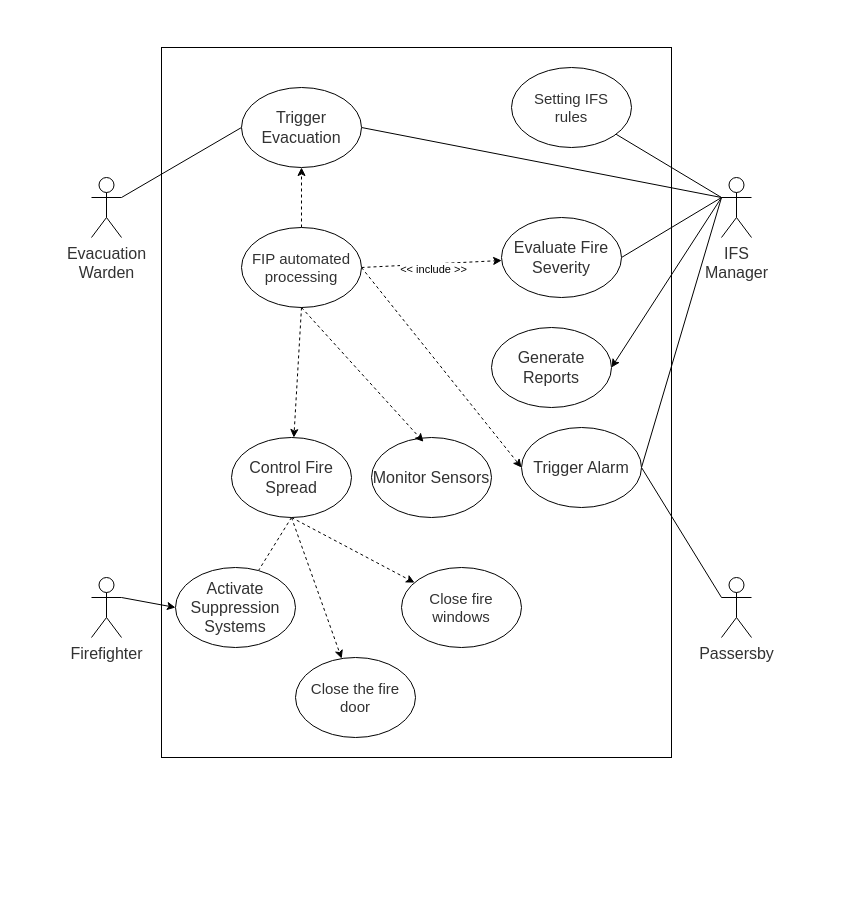
Before: FIP.drawio in demosRun/INFO6030, a draw.io diagram. Source tidied: cells renumbered, new cells numbered last; positions are measured from the earlier drawing's top-left corner, leaving out a move shared by most shapes. Both pictures are drawn from the tidied source at 100%, with x=0, y=0 at pixel (91, 47).
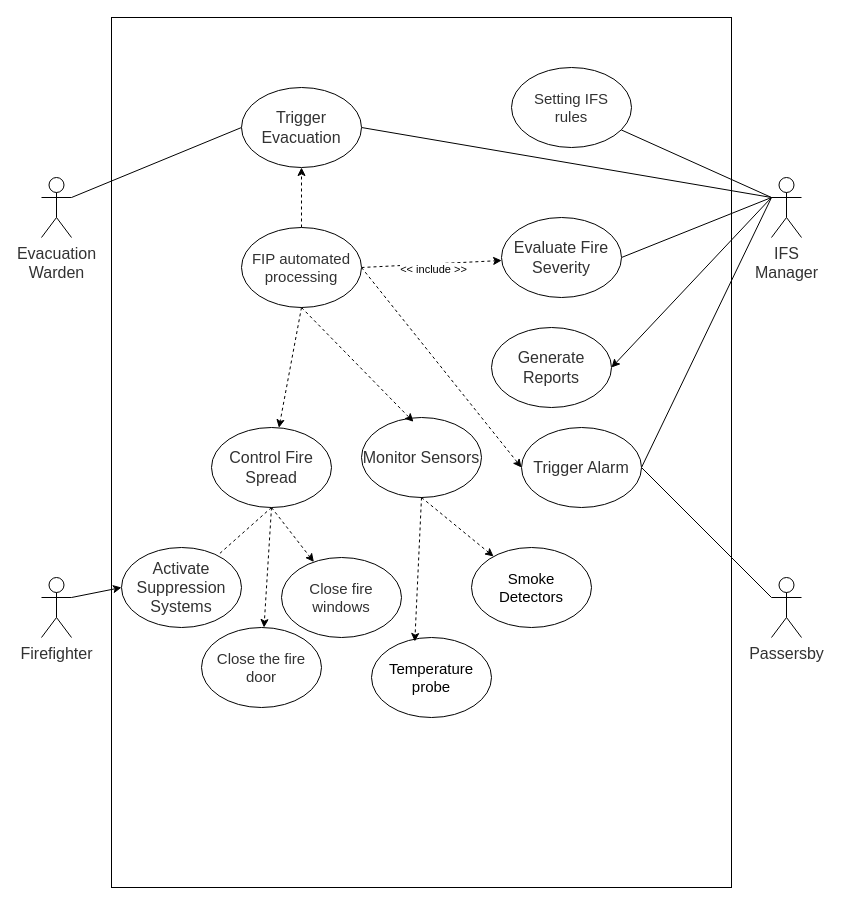
The same page after the edit.

The edit, as a diff of the source:
```diff
@@
     <mxCell id="2" style="rounded=0;whiteSpace=wrap;html=1;" parent="1" vertex="1">
-      <mxGeometry x="70" width="510" height="710" as="geometry" />
+      <mxGeometry x="20" y="-30" width="620" height="870" as="geometry" />
     </mxCell>
@@
     <mxCell id="4" value="&lt;span style=&quot;color: rgb(50, 50, 50); font-family: &amp;quot;Microsoft YaHei&amp;quot;, 微软雅黑, Arial; font-size: 16px; text-wrap: wrap; background-color: rgba(255, 255, 255, 0.01);&quot;&gt;Evacuation&lt;/span&gt;&lt;div&gt;&lt;span style=&quot;color: rgb(50, 50, 50); font-family: &amp;quot;Microsoft YaHei&amp;quot;, 微软雅黑, Arial; font-size: 16px; text-wrap: wrap; background-color: rgba(255, 255, 255, 0.01);&quot;&gt;Warden&lt;/span&gt;&lt;/div&gt;" style="shape=umlActor;verticalLabelPosition=bottom;verticalAlign=top;html=1;outlineConnect=0;" parent="1" vertex="1">
-      <mxGeometry y="130" width="30" height="60" as="geometry" />
+      <mxGeometry x="-50" y="130" width="30" height="60" as="geometry" />
     </mxCell>
@@
     <mxCell id="6" value="&lt;span style=&quot;color: rgb(50, 50, 50); font-family: &amp;quot;Microsoft YaHei&amp;quot;, 微软雅黑, Arial; font-size: 16px; text-wrap: wrap; background-color: rgba(255, 255, 255, 0.01);&quot;&gt;Firefighter&lt;/span&gt;" style="shape=umlActor;verticalLabelPosition=bottom;verticalAlign=top;html=1;outlineConnect=0;" parent="1" vertex="1">
-      <mxGeometry y="530" width="30" height="60" as="geometry" />
+      <mxGeometry x="-50" y="530" width="30" height="60" as="geometry" />
     </mxCell>
@@
     <mxCell id="12" value="&lt;span style=&quot;color: rgb(50, 50, 50); font-family: &amp;quot;Microsoft YaHei&amp;quot;, 微软雅黑, Arial; font-size: 16px; text-wrap: wrap; background-color: rgba(255, 255, 255, 0.01);&quot;&gt;IFS Manager&lt;/span&gt;" style="shape=umlActor;verticalLabelPosition=bottom;verticalAlign=top;html=1;outlineConnect=0;" parent="1" vertex="1">
-      <mxGeometry x="630" y="130" width="30" height="60" as="geometry" />
+      <mxGeometry x="680" y="130" width="30" height="60" as="geometry" />
     </mxCell>
@@
     <mxCell id="14" value="&lt;span style=&quot;color: rgb(50, 50, 50); font-family: &amp;quot;Microsoft YaHei&amp;quot;, 微软雅黑, Arial; font-size: 16px; text-wrap: wrap; background-color: rgba(255, 255, 255, 0.01);&quot;&gt;Passersby&lt;/span&gt;" style="shape=umlActor;verticalLabelPosition=bottom;verticalAlign=top;html=1;outlineConnect=0;" parent="1" vertex="1">
-      <mxGeometry x="630" y="530" width="30" height="60" as="geometry" />
+      <mxGeometry x="680" y="530" width="30" height="60" as="geometry" />
     </mxCell>
@@
     <mxCell id="27" value="&lt;span style=&quot;color: rgb(50, 50, 50); font-family: &amp;quot;Microsoft YaHei&amp;quot;, 微软雅黑, Arial; font-size: 16px; background-color: rgba(255, 255, 255, 0.01);&quot;&gt;Control Fire Spread&lt;/span&gt;" style="ellipse;whiteSpace=wrap;html=1;" parent="1" vertex="1">
-      <mxGeometry x="140" y="390" width="120" height="80" as="geometry" />
+      <mxGeometry x="120" y="380" width="120" height="80" as="geometry" />
     </mxCell>
     <mxCell id="28" value="&lt;span style=&quot;color: rgb(50, 50, 50); font-family: &amp;quot;Microsoft YaHei&amp;quot;, 微软雅黑, Arial; font-size: 16px; background-color: rgba(255, 255, 255, 0.01);&quot;&gt;Monitor Sensors&lt;/span&gt;" style="ellipse;whiteSpace=wrap;html=1;" parent="1" vertex="1">
-      <mxGeometry x="280" y="390" width="120" height="80" as="geometry" />
+      <mxGeometry x="270" y="370" width="120" height="80" as="geometry" />
     </mxCell>
     <mxCell id="29" value="&lt;span style=&quot;color: rgb(50, 50, 50); font-family: &amp;quot;Microsoft YaHei&amp;quot;, 微软雅黑, Arial; font-size: 16px; background-color: rgba(255, 255, 255, 0.01);&quot;&gt;Activate Suppression Systems&lt;/span&gt;" style="ellipse;whiteSpace=wrap;html=1;" parent="1" vertex="1">
-      <mxGeometry x="84" y="520" width="120" height="80" as="geometry" />
+      <mxGeometry x="30" y="500" width="120" height="80" as="geometry" />
     </mxCell>
     <mxCell id="30" value="&lt;span style=&quot;color: rgb(50, 50, 50); font-family: &amp;quot;Microsoft YaHei&amp;quot;, 微软雅黑, Arial; font-size: 15px; background-color: rgba(255, 255, 255, 0.01);&quot;&gt;Close the fire door&lt;/span&gt;" style="ellipse;whiteSpace=wrap;html=1;" parent="1" vertex="1">
-      <mxGeometry x="204" y="610" width="120" height="80" as="geometry" />
+      <mxGeometry x="110" y="580" width="120" height="80" as="geometry" />
     </mxCell>
     <mxCell id="31" value="&lt;span style=&quot;color: rgb(50, 50, 50); font-family: &amp;quot;Microsoft YaHei&amp;quot;, 微软雅黑, Arial; font-size: 15px; background-color: rgba(255, 255, 255, 0.01);&quot;&gt;Close fire windows&lt;/span&gt;" style="ellipse;whiteSpace=wrap;html=1;" parent="1" vertex="1">
-      <mxGeometry x="310" y="520" width="120" height="80" as="geometry" />
+      <mxGeometry x="190" y="510" width="120" height="80" as="geometry" />
     </mxCell>
@@
+    <mxCell id="35" value="&lt;font style=&quot;font-size: 15px;&quot;&gt;Smoke&lt;/font&gt;&lt;div&gt;&lt;font style=&quot;font-size: 15px;&quot;&gt;Detectors&lt;/font&gt;&lt;/div&gt;" style="ellipse;whiteSpace=wrap;html=1;" parent="1" vertex="1">
+      <mxGeometry x="380" y="500" width="120" height="80" as="geometry" />
+    </mxCell>
+    <mxCell id="36" value="&lt;font style=&quot;font-size: 15px;&quot;&gt;Temperature probe&lt;/font&gt;" style="ellipse;whiteSpace=wrap;html=1;" parent="1" vertex="1">
+      <mxGeometry x="280" y="590" width="120" height="80" as="geometry" />
+    </mxCell>
+    <mxCell id="37" style="rounded=0;jettySize=auto;html=1;exitX=0.5;exitY=1;exitDx=0;exitDy=0;entryX=0.361;entryY=0.05;entryDx=0;entryDy=0;entryPerimeter=0;dashed=1;" parent="1" edge="1" source="28" target="36">
+      <mxGeometry relative="1" as="geometry" />
+    </mxCell>
+    <mxCell id="38" style="rounded=0;jettySize=auto;html=1;exitX=0.5;exitY=1;exitDx=0;exitDy=0;dashed=1;" parent="1" edge="1" source="28" target="35">
+      <mxGeometry relative="1" as="geometry" />
+    </mxCell>
```
